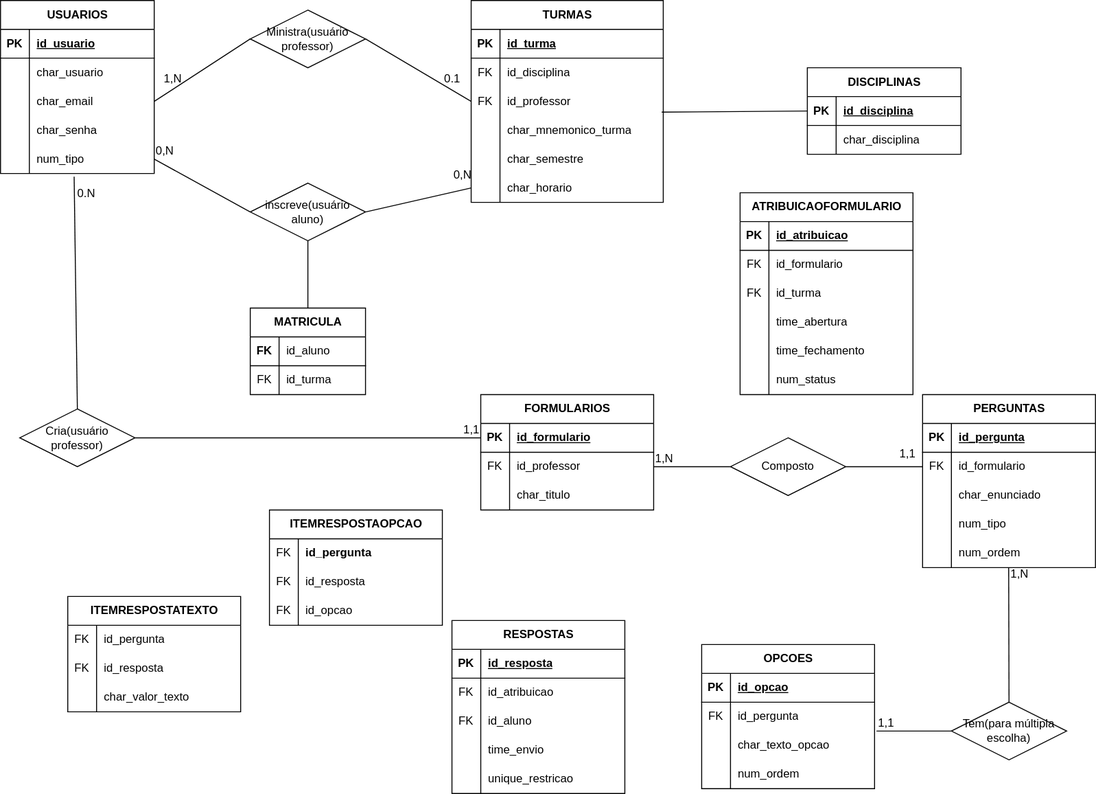
paradoxset/CAMAAR keeps this draw.io diagram as DiagramaER.svg. Above is the earlier version. Source tidied: cells renumbered, new cells last; positions are measured from the earlier drawing's top-left corner, leaving out a move shared by most shapes.
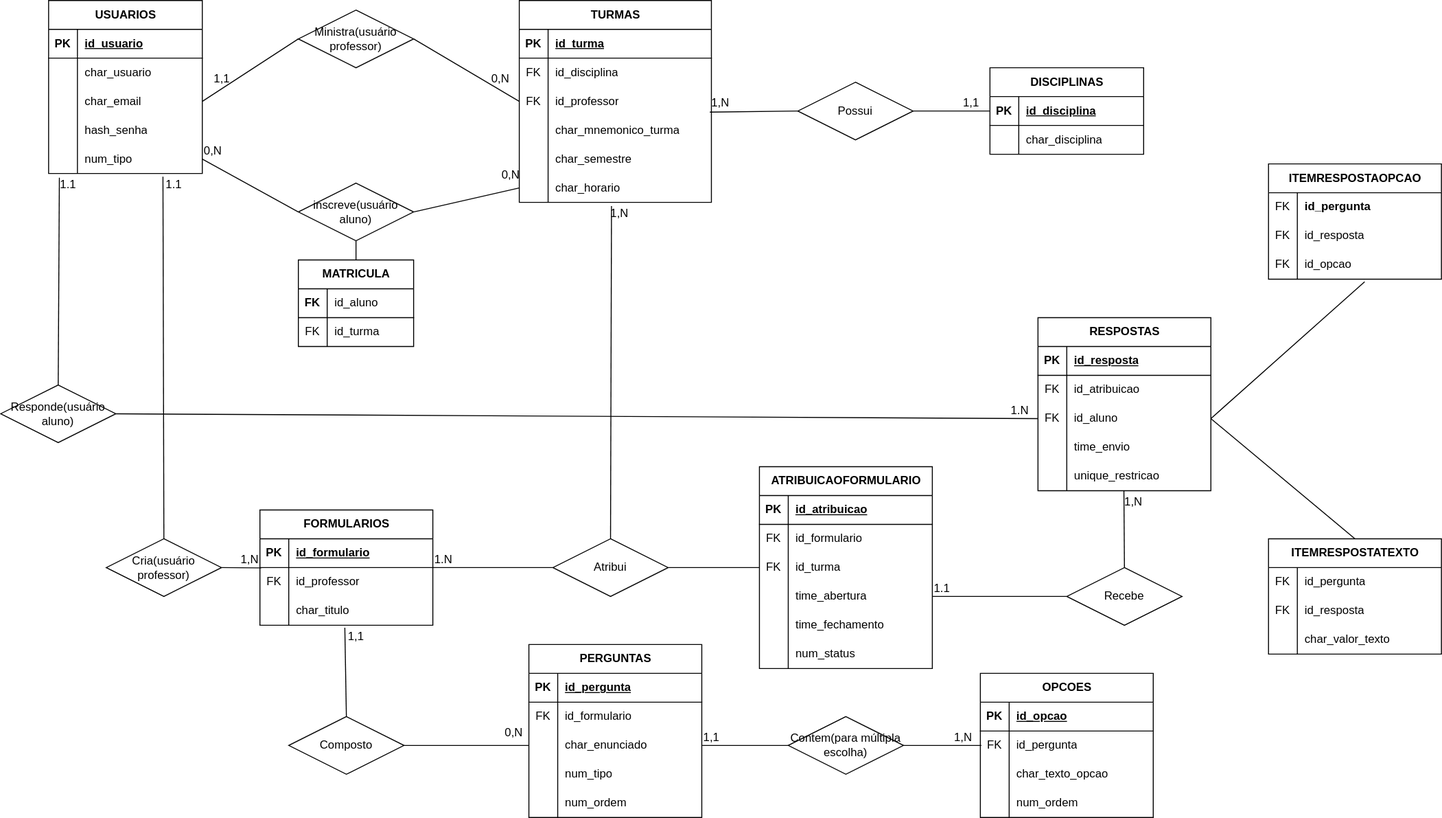
The same file after the commit.

Change to the diagram source:
```diff
@@ -38,7 +38,7 @@
     <mxCell id="13" style="shape=partialRectangle;fillColor=none;top=0;left=0;bottom=0;right=0;overflow=hidden;whiteSpace=wrap;html=1;" parent="12" vertex="1">
       <mxGeometry width="30" height="30" as="geometry" />
     </mxCell>
-    <mxCell id="14" value="char_senha" style="shape=partialRectangle;fillColor=none;top=0;left=0;bottom=0;right=0;align=left;spacingLeft=6;overflow=hidden;whiteSpace=wrap;html=1;" parent="12" vertex="1">
+    <mxCell id="14" value="hash_senha" style="shape=partialRectangle;fillColor=none;top=0;left=0;bottom=0;right=0;align=left;spacingLeft=6;overflow=hidden;whiteSpace=wrap;html=1;" parent="12" vertex="1">
       <mxGeometry x="30" width="130" height="30" as="geometry" />
     </mxCell>
     <mxCell id="15" style="shape=tableRow;horizontal=0;startSize=0;swimlaneHead=0;swimlaneBody=0;fillColor=none;points=[[0,0.5],[1,0.5]];portConstraint=eastwest;top=0;left=0;right=0;bottom=0;" parent="2" vertex="1">
@@ -51,7 +51,7 @@
       <mxGeometry x="30" width="130" height="30" as="geometry" />
     </mxCell>
     <mxCell id="18" value="DISCIPLINAS" style="shape=table;startSize=30;rowLines=0;fontStyle=1;align=center;html=1;" parent="1" vertex="1">
-      <mxGeometry x="840" y="70" width="160" height="90" as="geometry" />
+      <mxGeometry x="980" y="70" width="160" height="90" as="geometry" />
     </mxCell>
     <mxCell id="19" style="shape=tableRow;horizontal=0;startSize=0;swimlaneHead=0;swimlaneBody=0;fillColor=none;points=[[0,0.5],[1,0.5]];portConstraint=eastwest;top=0;left=0;right=0;bottom=1;" parent="18" vertex="1">
       <mxGeometry y="30" width="160" height="30" as="geometry" />
@@ -129,7 +129,7 @@
       <mxGeometry x="30" width="170" height="30" as="geometry" />
     </mxCell>
     <mxCell id="44" value="MATRICULA" style="shape=table;startSize=30;rowLines=0;fontStyle=1;align=center;html=1;strokeColor=default;fontColor=default;" parent="1" vertex="1">
-      <mxGeometry x="260" y="320" width="120" height="90" as="geometry" />
+      <mxGeometry x="260" y="270" width="120" height="90" as="geometry" />
     </mxCell>
     <mxCell id="45" style="shape=tableRow;horizontal=0;startSize=0;swimlaneHead=0;swimlaneBody=0;fillColor=none;top=0;left=0;right=0;bottom=1;" parent="44" vertex="1">
       <mxGeometry y="30" width="120" height="30" as="geometry" />
@@ -150,7 +150,7 @@
       <mxGeometry x="30" width="90" height="30" as="geometry" />
     </mxCell>
     <mxCell id="51" value="FORMULARIOS" style="shape=table;startSize=30;rowLines=0;fontStyle=1;align=center;html=1;" parent="1" vertex="1">
-      <mxGeometry x="500" y="410" width="180" height="120" as="geometry" />
+      <mxGeometry x="220" y="530" width="180" height="120" as="geometry" />
     </mxCell>
     <mxCell id="52" style="shape=tableRow;horizontal=0;startSize=0;swimlaneHead=0;swimlaneBody=0;fillColor=none;points=[[0,0.5],[1,0.5]];portConstraint=eastwest;top=0;left=0;right=0;bottom=1;" parent="51" vertex="1">
       <mxGeometry y="30" width="180" height="30" as="geometry" />
@@ -180,7 +180,7 @@
       <mxGeometry x="30" width="150" height="30" as="geometry" />
     </mxCell>
     <mxCell id="61" value="PERGUNTAS" style="shape=table;startSize=30;rowLines=0;fontStyle=1;align=center;html=1;" parent="1" vertex="1">
-      <mxGeometry x="960" y="410" width="180" height="180" as="geometry" />
+      <mxGeometry x="500" y="670" width="180" height="180" as="geometry" />
     </mxCell>
     <mxCell id="62" style="shape=tableRow;horizontal=0;startSize=0;swimlaneHead=0;swimlaneBody=0;fillColor=none;top=0;left=0;right=0;bottom=1;" parent="61" vertex="1">
       <mxGeometry y="30" width="180" height="30" as="geometry" />
@@ -228,7 +228,7 @@
       <mxGeometry x="30" width="150" height="30" as="geometry" />
     </mxCell>
     <mxCell id="77" value="OPCOES" style="shape=table;startSize=30;rowLines=0;fontStyle=1;align=center;html=1;" parent="1" vertex="1">
-      <mxGeometry x="730" y="670" width="180" height="150" as="geometry" />
+      <mxGeometry x="970" y="700" width="180" height="150" as="geometry" />
     </mxCell>
     <mxCell id="78" style="shape=tableRow;horizontal=0;startSize=0;swimlaneHead=0;swimlaneBody=0;fillColor=none;top=0;left=0;right=0;bottom=1;" parent="77" vertex="1">
       <mxGeometry y="30" width="180" height="30" as="geometry" />
@@ -267,7 +267,7 @@
       <mxGeometry x="30" width="150" height="30" as="geometry" />
     </mxCell>
     <mxCell id="90" value="RESPOSTAS" style="shape=table;startSize=30;rowLines=0;fontStyle=1;align=center;html=1;" parent="1" vertex="1">
-      <mxGeometry x="470" y="645" width="180" height="180" as="geometry" />
+      <mxGeometry x="1030" y="330" width="180" height="180" as="geometry" />
     </mxCell>
     <mxCell id="91" style="shape=tableRow;horizontal=0;startSize=0;swimlaneHead=0;swimlaneBody=0;fillColor=none;top=0;left=0;right=0;bottom=1;" parent="90" vertex="1">
       <mxGeometry y="30" width="180" height="30" as="geometry" />
@@ -315,7 +315,7 @@
       <mxGeometry x="30" width="150" height="30" as="geometry" />
     </mxCell>
     <mxCell id="106" value="ITEMRESPOSTATEXTO" style="shape=table;startSize=30;rowLines=0;fontStyle=1;align=center;html=1;" parent="1" vertex="1">
-      <mxGeometry x="70" y="620" width="180" height="120" as="geometry" />
+      <mxGeometry x="1270" y="560" width="180" height="120" as="geometry" />
     </mxCell>
     <mxCell id="107" style="shape=tableRow;horizontal=0;startSize=0;swimlaneHead=0;swimlaneBody=0;fillColor=none;top=0;left=0;right=0;bottom=0;" parent="106" vertex="1">
       <mxGeometry y="30" width="180" height="30" as="geometry" />
@@ -345,7 +345,7 @@
       <mxGeometry x="30" width="150" height="30" as="geometry" />
     </mxCell>
     <mxCell id="116" value="ITEMRESPOSTAOPCAO" style="shape=table;startSize=30;rowLines=0;fontStyle=1;align=center;html=1;" parent="1" vertex="1">
-      <mxGeometry x="280" y="530" width="180" height="120" as="geometry" />
+      <mxGeometry x="1270" y="170" width="180" height="120" as="geometry" />
     </mxCell>
     <mxCell id="117" style="shape=tableRow;horizontal=0;startSize=0;swimlaneHead=0;swimlaneBody=0;fillColor=none;top=0;left=0;right=0;bottom=0;" parent="116" vertex="1">
       <mxGeometry y="30" width="180" height="30" as="geometry" />
@@ -377,7 +377,7 @@
     <mxCell id="126" style="endArrow=none;html=1;rounded=0;exitX=1;exitY=0.5;exitDx=0;exitDy=0;entryX=0;entryY=0.5;entryDx=0;entryDy=0;" parent="1" edge="1" source="9" target="128">
       <mxGeometry relative="1" as="geometry" />
     </mxCell>
-    <mxCell id="127" value="1,N" style="html=1;whiteSpace=wrap;align=right;verticalAlign=bottom;" parent="126" vertex="1">
+    <mxCell id="127" value="1,1" style="html=1;whiteSpace=wrap;align=right;verticalAlign=bottom;" parent="126" vertex="1">
       <mxGeometry x="1" relative="1" as="geometry">
         <mxPoint x="-70" y="50" as="offset" />
       </mxGeometry>
@@ -388,12 +388,12 @@
     <mxCell id="129" style="endArrow=none;html=1;rounded=0;exitX=1;exitY=0.5;exitDx=0;exitDy=0;entryX=0;entryY=0.5;entryDx=0;entryDy=0;" parent="1" edge="1" source="128" target="32">
       <mxGeometry relative="1" as="geometry" />
     </mxCell>
-    <mxCell id="130" value="0.1" style="html=1;whiteSpace=wrap;align=right;verticalAlign=bottom;" parent="129" vertex="1">
+    <mxCell id="130" value="0,N" style="html=1;whiteSpace=wrap;align=right;verticalAlign=bottom;" parent="129" vertex="1">
       <mxGeometry x="1" relative="1" as="geometry">
         <mxPoint x="-10" y="-15" as="offset" />
       </mxGeometry>
     </mxCell>
-    <mxCell id="131" style="endArrow=none;html=1;rounded=0;exitX=0.992;exitY=0.873;exitDx=0;exitDy=0;exitPerimeter=0;entryX=0;entryY=0.5;entryDx=0;entryDy=0;" parent="1" edge="1" source="32" target="19">
+    <mxCell id="131" style="endArrow=none;html=1;rounded=0;exitX=1;exitY=0.5;exitDx=0;exitDy=0;entryX=0;entryY=0.5;entryDx=0;entryDy=0;" parent="1" edge="1" source="182" target="19">
       <mxGeometry relative="1" as="geometry" />
     </mxCell>
     <mxCell id="132" value="inscreve(usuário aluno)" style="shape=rhombus;perimeter=rhombusPerimeter;whiteSpace=wrap;html=1;align=center;" parent="1" vertex="1">
@@ -418,43 +418,45 @@
       <mxGeometry relative="1" as="geometry" />
     </mxCell>
     <mxCell id="139" value="Cria(usuário professor)" style="shape=rhombus;perimeter=rhombusPerimeter;whiteSpace=wrap;html=1;align=center;" parent="1" vertex="1">
-      <mxGeometry x="20" y="425" width="120" height="60" as="geometry" />
+      <mxGeometry x="60" y="560" width="120" height="60" as="geometry" />
     </mxCell>
-    <mxCell id="140" style="endArrow=none;html=1;rounded=0;exitX=0.479;exitY=1.108;exitDx=0;exitDy=0;exitPerimeter=0;entryX=0.5;entryY=0;entryDx=0;entryDy=0;" parent="1" edge="1" source="15" target="139">
+    <mxCell id="140" style="endArrow=none;html=1;rounded=0;entryX=0.5;entryY=0;entryDx=0;entryDy=0;exitX=0.744;exitY=1.108;exitDx=0;exitDy=0;exitPerimeter=0;" parent="1" edge="1" source="15" target="139">
       <mxGeometry relative="1" as="geometry" />
     </mxCell>
-    <mxCell id="141" value="0.N" style="html=1;whiteSpace=wrap;align=right;verticalAlign=bottom;" parent="140" vertex="1">
+    <mxCell id="141" value="1.1" style="html=1;whiteSpace=wrap;align=right;verticalAlign=bottom;" parent="140" vertex="1">
       <mxGeometry x="1" relative="1" as="geometry">
-        <mxPoint x="20" y="-216" as="offset" />
+        <mxPoint x="20" y="-360" as="offset" />
       </mxGeometry>
     </mxCell>
-    <mxCell id="142" style="endArrow=none;html=1;rounded=0;entryX=1;entryY=0.5;entryDx=0;entryDy=0;exitX=0;exitY=0.5;exitDx=0;exitDy=0;" parent="1" edge="1" source="52" target="139">
+    <mxCell id="142" style="endArrow=none;html=1;rounded=0;entryX=1;entryY=0.5;entryDx=0;entryDy=0;exitX=0.008;exitY=1.01;exitDx=0;exitDy=0;exitPerimeter=0;" parent="1" edge="1" source="52" target="139">
       <mxGeometry relative="1" as="geometry" />
     </mxCell>
-    <mxCell id="143" value="1,1" style="html=1;whiteSpace=wrap;align=right;verticalAlign=bottom;" parent="142" vertex="1">
+    <mxCell id="143" value="1,N" style="html=1;whiteSpace=wrap;align=right;verticalAlign=bottom;" parent="142" vertex="1">
       <mxGeometry x="1" relative="1" as="geometry">
-        <mxPoint x="360" as="offset" />
+        <mxPoint x="40" as="offset" />
       </mxGeometry>
     </mxCell>
     <mxCell id="144" value="Composto" style="shape=rhombus;perimeter=rhombusPerimeter;whiteSpace=wrap;html=1;align=center;" parent="1" vertex="1">
-      <mxGeometry x="760" y="455" width="120" height="60" as="geometry" />
+      <mxGeometry x="250" y="745" width="120" height="60" as="geometry" />
     </mxCell>
-    <mxCell id="145" style="endArrow=none;html=1;rounded=0;exitX=1;exitY=0.5;exitDx=0;exitDy=0;entryX=0;entryY=0.5;entryDx=0;entryDy=0;" parent="1" edge="1" source="55" target="144">
+    <mxCell id="145" style="endArrow=none;html=1;rounded=0;entryX=0.5;entryY=0;entryDx=0;entryDy=0;exitX=0.491;exitY=1.088;exitDx=0;exitDy=0;exitPerimeter=0;" parent="1" edge="1" source="58" target="144">
       <mxGeometry relative="1" as="geometry" />
     </mxCell>
-    <mxCell id="146" value="1,N" style="html=1;whiteSpace=wrap;align=left;verticalAlign=bottom;" parent="145" vertex="1">
-      <mxGeometry x="-1" relative="1" as="geometry" />
+    <mxCell id="146" value="1,1" style="html=1;whiteSpace=wrap;align=left;verticalAlign=bottom;" parent="145" vertex="1">
+      <mxGeometry x="-1" relative="1" as="geometry">
+        <mxPoint x="2" y="17" as="offset" />
+      </mxGeometry>
     </mxCell>
-    <mxCell id="147" style="endArrow=none;html=1;rounded=0;exitX=1;exitY=0.5;exitDx=0;exitDy=0;entryX=0;entryY=0.5;entryDx=0;entryDy=0;" parent="1" edge="1" source="144" target="65">
+    <mxCell id="147" style="endArrow=none;html=1;rounded=0;exitX=1;exitY=0.5;exitDx=0;exitDy=0;entryX=0;entryY=0.5;entryDx=0;entryDy=0;" parent="1" edge="1" source="144" target="68">
       <mxGeometry relative="1" as="geometry" />
     </mxCell>
-    <mxCell id="148" value="1,1" style="html=1;whiteSpace=wrap;align=right;verticalAlign=bottom;" parent="147" vertex="1">
+    <mxCell id="148" value="0,N" style="html=1;whiteSpace=wrap;align=right;verticalAlign=bottom;" parent="147" vertex="1">
       <mxGeometry x="1" relative="1" as="geometry">
         <mxPoint x="-6" y="-5" as="offset" />
       </mxGeometry>
     </mxCell>
     <mxCell id="149" value="ATRIBUICAOFORMULARIO" style="shape=table;startSize=30;rowLines=0;fontStyle=1;align=center;html=1;" parent="1" vertex="1">
-      <mxGeometry x="770" y="200" width="180" height="210" as="geometry" />
+      <mxGeometry x="740" y="485" width="180" height="210" as="geometry" />
     </mxCell>
     <mxCell id="150" style="shape=tableRow;horizontal=0;startSize=0;swimlaneHead=0;swimlaneBody=0;fillColor=none;top=0;left=0;right=0;bottom=1;" parent="149" vertex="1">
       <mxGeometry y="30" width="180" height="30" as="geometry" />
@@ -510,24 +512,94 @@
     <mxCell id="167" value="num_status" style="shape=partialRectangle;fillColor=none;top=0;left=0;bottom=0;right=0;align=left;spacingLeft=6;overflow=hidden;whiteSpace=wrap;html=1;" parent="165" vertex="1">
       <mxGeometry x="30" width="150" height="30" as="geometry" />
     </mxCell>
-    <mxCell id="168" value="Tem(para múltipla escolha)" style="shape=rhombus;perimeter=rhombusPerimeter;whiteSpace=wrap;html=1;align=center;" parent="1" vertex="1">
-      <mxGeometry x="990" y="730" width="120" height="60" as="geometry" />
+    <mxCell id="168" value="Contem(para múltipla escolha)" style="shape=rhombus;perimeter=rhombusPerimeter;whiteSpace=wrap;html=1;align=center;" parent="1" vertex="1">
+      <mxGeometry x="770" y="745" width="120" height="60" as="geometry" />
     </mxCell>
-    <mxCell id="169" style="endArrow=none;html=1;rounded=0;entryX=0.5;entryY=0;entryDx=0;entryDy=0;exitX=0.498;exitY=1.01;exitDx=0;exitDy=0;exitPerimeter=0;" parent="1" edge="1" source="74" target="168">
+    <mxCell id="169" style="endArrow=none;html=1;rounded=0;entryX=0;entryY=0.5;entryDx=0;entryDy=0;exitX=1;exitY=0.5;exitDx=0;exitDy=0;" parent="1" edge="1" source="68" target="168">
       <mxGeometry relative="1" as="geometry" />
     </mxCell>
-    <mxCell id="170" value="1,N" style="html=1;whiteSpace=wrap;align=left;verticalAlign=bottom;" parent="169" vertex="1">
-      <mxGeometry x="-1" relative="1" as="geometry">
-        <mxPoint y="15" as="offset" />
-      </mxGeometry>
+    <mxCell id="170" value="1,1" style="html=1;whiteSpace=wrap;align=left;verticalAlign=bottom;" parent="169" vertex="1">
+      <mxGeometry x="-1" relative="1" as="geometry" />
     </mxCell>
-    <mxCell id="171" style="endArrow=none;html=1;rounded=0;entryX=0;entryY=0.5;entryDx=0;entryDy=0;" parent="1" edge="1" target="168">
-      <mxGeometry relative="1" as="geometry">
-        <mxPoint x="912" y="760" as="sourcePoint" />
-      </mxGeometry>
+    <mxCell id="171" style="endArrow=none;html=1;rounded=0;entryX=1;entryY=0.5;entryDx=0;entryDy=0;exitX=0.006;exitY=0.5;exitDx=0;exitDy=0;exitPerimeter=0;" parent="1" edge="1" source="81" target="168">
+      <mxGeometry relative="1" as="geometry" />
     </mxCell>
-    <mxCell id="172" value="1,1" style="html=1;whiteSpace=wrap;align=left;verticalAlign=bottom;" parent="171" vertex="1">
-      <mxGeometry x="-1" relative="1" as="geometry" />
+    <mxCell id="172" value="1,N" style="html=1;whiteSpace=wrap;align=left;verticalAlign=bottom;" parent="171" vertex="1">
+      <mxGeometry x="-1" relative="1" as="geometry">
+        <mxPoint x="-30" as="offset" />
+      </mxGeometry>
     </mxCell>
+    <mxCell id="173" value="Atribui" style="shape=rhombus;perimeter=rhombusPerimeter;whiteSpace=wrap;html=1;align=center;" parent="1" vertex="1">
+      <mxGeometry x="525" y="560" width="120" height="60" as="geometry" />
+    </mxCell>
+    <mxCell id="174" style="endArrow=none;html=1;rounded=0;entryX=0.5;entryY=0;entryDx=0;entryDy=0;exitX=0.48;exitY=1.127;exitDx=0;exitDy=0;exitPerimeter=0;" parent="1" edge="1" source="41" target="173">
+      <mxGeometry relative="1" as="geometry" />
+    </mxCell>
+    <mxCell id="175" value="1,N" style="html=1;whiteSpace=wrap;align=right;verticalAlign=bottom;" parent="174" vertex="1">
+      <mxGeometry x="1" relative="1" as="geometry">
+        <mxPoint x="20" y="-330" as="offset" />
+      </mxGeometry>
+    </mxCell>
+    <mxCell id="176" style="endArrow=none;html=1;rounded=0;entryX=0;entryY=0.5;entryDx=0;entryDy=0;exitX=1;exitY=0.5;exitDx=0;exitDy=0;" parent="1" edge="1" source="51" target="173">
+      <mxGeometry relative="1" as="geometry" />
+    </mxCell>
+    <mxCell id="177" value="1.N" style="html=1;whiteSpace=wrap;align=left;verticalAlign=bottom;" parent="176" vertex="1">
+      <mxGeometry x="-1" relative="1" as="geometry" />
+    </mxCell>
+    <mxCell id="178" style="endArrow=none;html=1;rounded=0;entryX=0;entryY=0.5;entryDx=0;entryDy=0;exitX=1;exitY=0.5;exitDx=0;exitDy=0;" parent="1" edge="1" source="173" target="156">
+      <mxGeometry relative="1" as="geometry" />
+    </mxCell>
+    <mxCell id="179" value="1,N" style="html=1;whiteSpace=wrap;align=right;verticalAlign=bottom;" parent="1" vertex="1">
+      <mxGeometry x="710" y="115" as="geometry" />
+    </mxCell>
+    <mxCell id="180" value="1,1" style="html=1;whiteSpace=wrap;align=right;verticalAlign=bottom;" parent="1" vertex="1">
+      <mxGeometry x="970" y="115" as="geometry" />
+    </mxCell>
+    <mxCell id="181" style="endArrow=none;html=1;rounded=0;exitX=0.992;exitY=0.873;exitDx=0;exitDy=0;exitPerimeter=0;entryX=0;entryY=0.5;entryDx=0;entryDy=0;" parent="1" edge="1" source="32" target="182">
+      <mxGeometry relative="1" as="geometry" />
+    </mxCell>
+    <mxCell id="182" value="Possui" style="shape=rhombus;perimeter=rhombusPerimeter;whiteSpace=wrap;html=1;align=center;" parent="1" vertex="1">
+      <mxGeometry x="780" y="85" width="120" height="60" as="geometry" />
+    </mxCell>
+    <mxCell id="183" value="Responde(usuário aluno)" style="shape=rhombus;perimeter=rhombusPerimeter;whiteSpace=wrap;html=1;align=center;" parent="1" vertex="1">
+      <mxGeometry x="-50" y="400" width="120" height="60" as="geometry" />
+    </mxCell>
+    <mxCell id="184" style="endArrow=none;html=1;rounded=0;entryX=0.5;entryY=0;entryDx=0;entryDy=0;exitX=0.07;exitY=1.147;exitDx=0;exitDy=0;exitPerimeter=0;" parent="1" edge="1" source="15" target="183">
+      <mxGeometry relative="1" as="geometry" />
+    </mxCell>
+    <mxCell id="185" value="1.1" style="html=1;whiteSpace=wrap;align=right;verticalAlign=bottom;" parent="184" vertex="1">
+      <mxGeometry x="1" relative="1" as="geometry">
+        <mxPoint x="20" y="-200" as="offset" />
+      </mxGeometry>
+    </mxCell>
+    <mxCell id="186" style="endArrow=none;html=1;rounded=0;entryX=0;entryY=0.5;entryDx=0;entryDy=0;exitX=1;exitY=0.5;exitDx=0;exitDy=0;" parent="1" edge="1" source="183" target="97">
+      <mxGeometry relative="1" as="geometry" />
+    </mxCell>
+    <mxCell id="187" value="1.N" style="html=1;whiteSpace=wrap;align=left;verticalAlign=bottom;" parent="186" vertex="1">
+      <mxGeometry x="-1" relative="1" as="geometry">
+        <mxPoint x="930" y="5" as="offset" />
+      </mxGeometry>
+    </mxCell>
+    <mxCell id="188" value="Recebe" style="shape=rhombus;perimeter=rhombusPerimeter;whiteSpace=wrap;html=1;align=center;" parent="1" vertex="1">
+      <mxGeometry x="1060" y="590" width="120" height="60" as="geometry" />
+    </mxCell>
+    <mxCell id="189" style="endArrow=none;html=1;rounded=0;entryX=0;entryY=0.5;entryDx=0;entryDy=0;exitX=1;exitY=0.5;exitDx=0;exitDy=0;" parent="1" edge="1" source="159" target="188">
+      <mxGeometry relative="1" as="geometry" />
+    </mxCell>
+    <mxCell id="190" value="1.1" style="html=1;whiteSpace=wrap;align=left;verticalAlign=bottom;" parent="189" vertex="1">
+      <mxGeometry x="-1" relative="1" as="geometry" />
+    </mxCell>
+    <mxCell id="191" style="endArrow=none;html=1;rounded=0;entryX=0.5;entryY=0;entryDx=0;entryDy=0;exitX=0.497;exitY=1.01;exitDx=0;exitDy=0;exitPerimeter=0;" parent="1" edge="1" source="103" target="188">
+      <mxGeometry relative="1" as="geometry" />
+    </mxCell>
+    <mxCell id="192" value="1,N" style="html=1;whiteSpace=wrap;align=right;verticalAlign=bottom;" parent="1" vertex="1">
+      <mxGeometry x="1140" y="530" as="geometry" />
+    </mxCell>
+    <mxCell id="193" style="endArrow=none;html=1;rounded=0;entryX=0.556;entryY=1.088;entryDx=0;entryDy=0;entryPerimeter=0;exitX=1;exitY=0.5;exitDx=0;exitDy=0;" parent="1" edge="1" source="97" target="123">
+      <mxGeometry relative="1" as="geometry" />
+    </mxCell>
+    <mxCell id="194" style="endArrow=none;html=1;rounded=0;entryX=1;entryY=0.5;entryDx=0;entryDy=0;exitX=0.5;exitY=0;exitDx=0;exitDy=0;" parent="1" edge="1" source="106" target="97">
+      <mxGeometry relative="1" as="geometry" />
+    </mxCell>
   </root>
 </mxGraphModel>
```
